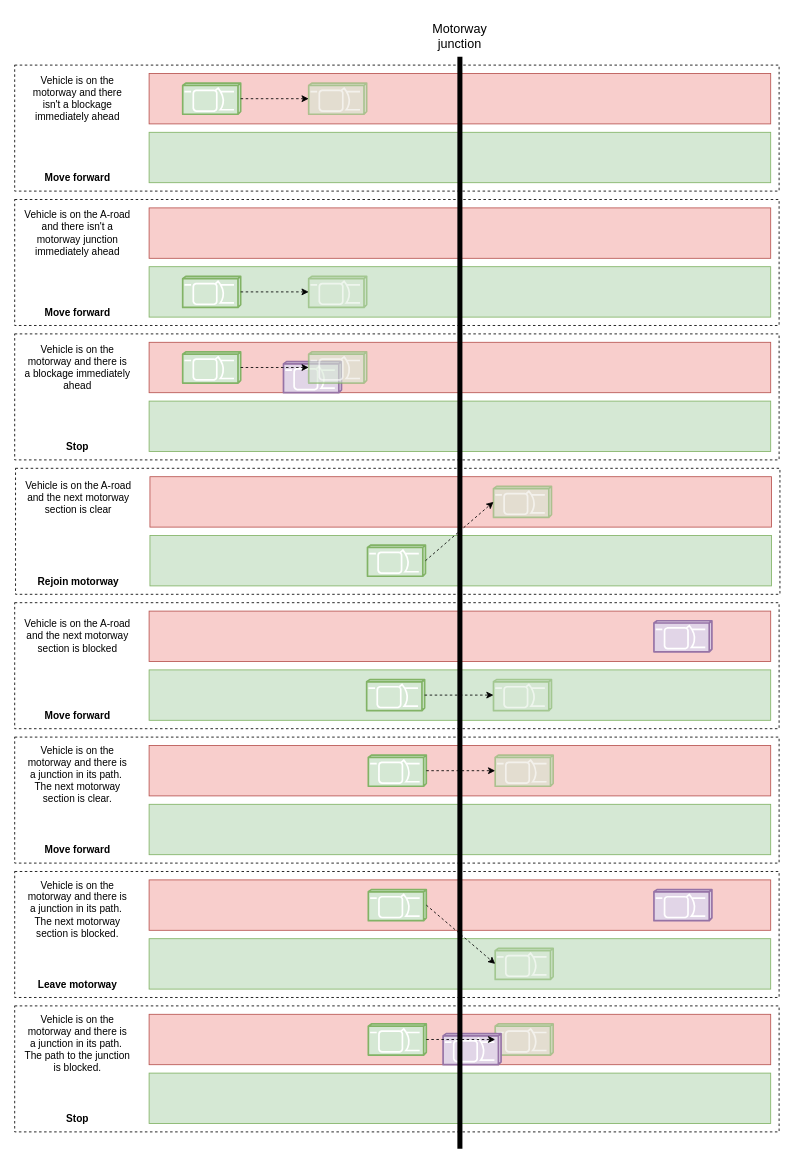
This is C/motorway-queue/images/decisions.drawio from cdclaxton/learning, a draw.io file, before an edit. Source tidied: cells renumbered, new cells numbered last; positions are measured from the earlier drawing's top-left corner, leaving out a move shared by most shapes. Both pictures are drawn from the tidied source at 84%, with x=0, y=0 at pixel (14, 23).
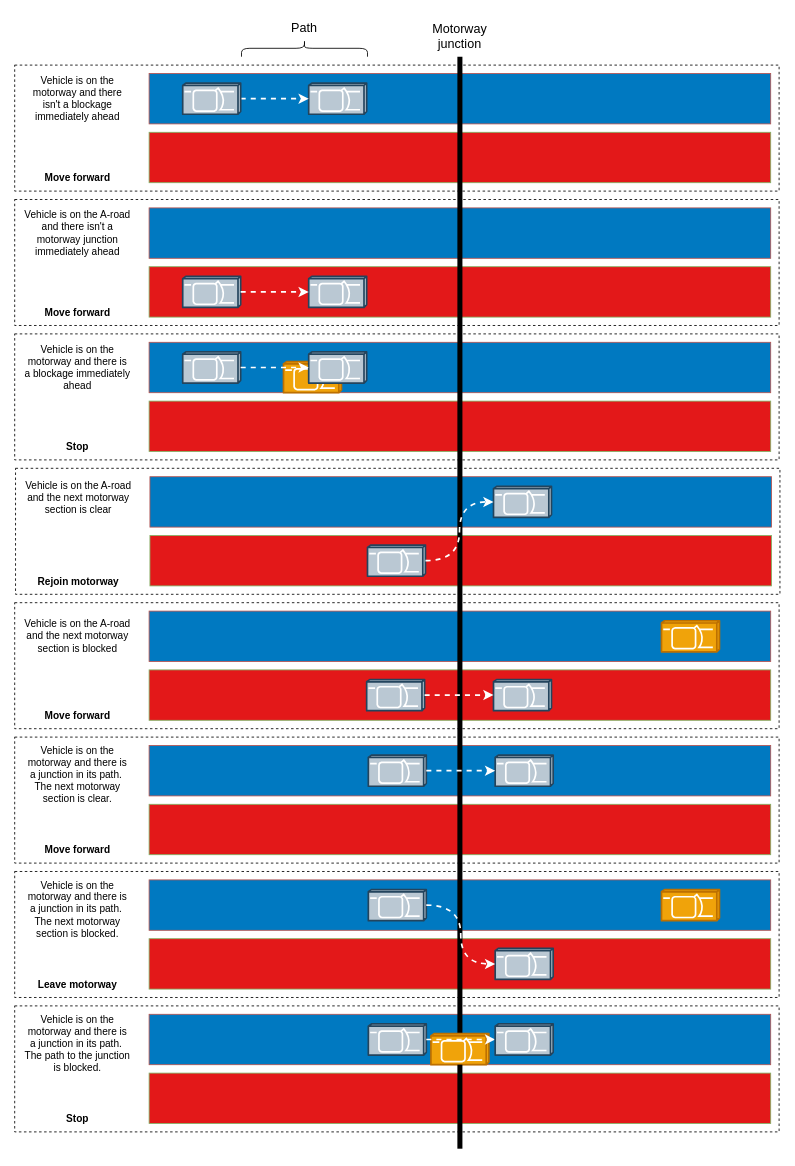
The same diagram, later.

Diff of the diagram source:
```diff
@@
+    <mxCell id="25" style="rounded=0;whiteSpace=wrap;html=1;fillColor=none;dashed=1;" parent="1" vertex="1">
+      <mxGeometry y="370" width="910" height="150" as="geometry" />
+    </mxCell>
+    <mxCell id="22" style="rounded=0;whiteSpace=wrap;html=1;fillColor=none;dashed=1;" parent="1" vertex="1">
+      <mxGeometry y="210" width="910" height="150" as="geometry" />
+    </mxCell>
+    <mxCell id="19" style="rounded=0;whiteSpace=wrap;html=1;fillColor=none;dashed=1;" parent="1" vertex="1">
+      <mxGeometry y="50" width="910" height="150" as="geometry" />
+    </mxCell>
-    <mxCell id="2" style="rounded=0;whiteSpace=wrap;html=1;fillColor=#f8cecc;strokeColor=#b85450;" parent="1" vertex="1">
+    <mxCell id="2" style="rounded=0;whiteSpace=wrap;html=1;fillColor=#0079c1;strokeColor=#b85450;" parent="1" vertex="1">
       <mxGeometry x="160" y="60" width="740" height="60" as="geometry" />
     </mxCell>
-    <mxCell id="3" style="shape=mxgraph.cisco.misc.car;html=1;dashed=0;fillColor=#d5e8d4;strokeColor=#82b366;strokeWidth=2;verticalLabelPosition=bottom;verticalAlign=top;align=center;outlineConnect=0;" parent="1" vertex="1">
-      <mxGeometry x="200" y="71.5" width="69" height="37" as="geometry" />
-    </mxCell>
-    <mxCell id="4" style="rounded=0;whiteSpace=wrap;html=1;fillColor=#d5e8d4;strokeColor=#82b366;" parent="1" vertex="1">
+    <mxCell id="4" style="rounded=0;whiteSpace=wrap;html=1;fillColor=#e31819;strokeColor=#82b366;" parent="1" vertex="1">
       <mxGeometry x="160" y="130" width="740" height="60" as="geometry" />
     </mxCell>
@@
-    <mxCell id="6" style="shape=mxgraph.cisco.misc.car;html=1;dashed=0;fillColor=#d5e8d4;strokeColor=#82b366;strokeWidth=2;verticalLabelPosition=bottom;verticalAlign=top;align=center;outlineConnect=0;opacity=60;" parent="1" vertex="1">
+    <mxCell id="6" style="shape=mxgraph.cisco.misc.car;html=1;dashed=0;fillColor=#bac8d3;strokeColor=#23445d;strokeWidth=2;verticalLabelPosition=bottom;verticalAlign=top;align=center;outlineConnect=0;" parent="1" vertex="1">
       <mxGeometry x="350" y="71.5" width="69" height="37" as="geometry" />
     </mxCell>
-    <mxCell id="7" style="edgeStyle=orthogonalEdgeStyle;rounded=0;jettySize=auto;html=1;exitX=1;exitY=0.5;exitDx=0;exitDy=0;exitPerimeter=0;entryX=0;entryY=0.5;entryDx=0;entryDy=0;entryPerimeter=0;dashed=1;" parent="1" edge="1" source="3" target="6">
+    <mxCell id="7" style="edgeStyle=orthogonalEdgeStyle;rounded=0;jettySize=auto;html=1;exitX=1;exitY=0.5;exitDx=0;exitDy=0;exitPerimeter=0;entryX=0;entryY=0.5;entryDx=0;entryDy=0;entryPerimeter=0;dashed=1;strokeColor=#FFFFFF;strokeWidth=2;" parent="1" edge="1" source="3" target="6">
       <mxGeometry relative="1" as="geometry" />
     </mxCell>
-    <mxCell id="8" style="rounded=0;whiteSpace=wrap;html=1;fillColor=#f8cecc;strokeColor=#b85450;" parent="1" vertex="1">
+    <mxCell id="8" style="rounded=0;whiteSpace=wrap;html=1;fillColor=#0079c1;strokeColor=#b85450;" parent="1" vertex="1">
       <mxGeometry x="160" y="220" width="740" height="60" as="geometry" />
     </mxCell>
-    <mxCell id="9" style="rounded=0;whiteSpace=wrap;html=1;fillColor=#d5e8d4;strokeColor=#82b366;" parent="1" vertex="1">
+    <mxCell id="9" style="rounded=0;whiteSpace=wrap;html=1;fillColor=#e31819;strokeColor=#82b366;" parent="1" vertex="1">
       <mxGeometry x="160" y="290" width="740" height="60" as="geometry" />
     </mxCell>
-    <mxCell id="10" style="shape=mxgraph.cisco.misc.car;html=1;dashed=0;fillColor=#d5e8d4;strokeColor=#82b366;strokeWidth=2;verticalLabelPosition=bottom;verticalAlign=top;align=center;outlineConnect=0;" parent="1" vertex="1">
+    <mxCell id="10" style="shape=mxgraph.cisco.misc.car;html=1;dashed=0;fillColor=#bac8d3;strokeColor=#23445d;strokeWidth=2;verticalLabelPosition=bottom;verticalAlign=top;align=center;outlineConnect=0;" parent="1" vertex="1">
       <mxGeometry x="200" y="301.5" width="69" height="37" as="geometry" />
     </mxCell>
-    <mxCell id="11" style="shape=mxgraph.cisco.misc.car;html=1;dashed=0;fillColor=#d5e8d4;strokeColor=#82b366;strokeWidth=2;verticalLabelPosition=bottom;verticalAlign=top;align=center;outlineConnect=0;opacity=60;" parent="1" vertex="1">
+    <mxCell id="11" style="shape=mxgraph.cisco.misc.car;html=1;dashed=0;fillColor=#bac8d3;strokeColor=#23445d;strokeWidth=2;verticalLabelPosition=bottom;verticalAlign=top;align=center;outlineConnect=0;" parent="1" vertex="1">
       <mxGeometry x="350" y="301.5" width="69" height="37" as="geometry" />
     </mxCell>
-    <mxCell id="12" style="edgeStyle=orthogonalEdgeStyle;rounded=0;jettySize=auto;html=1;exitX=1;exitY=0.5;exitDx=0;exitDy=0;exitPerimeter=0;entryX=0;entryY=0.5;entryDx=0;entryDy=0;entryPerimeter=0;dashed=1;" parent="1" edge="1" source="10" target="11">
+    <mxCell id="12" style="edgeStyle=orthogonalEdgeStyle;rounded=0;jettySize=auto;html=1;exitX=1;exitY=0.5;exitDx=0;exitDy=0;exitPerimeter=0;entryX=0;entryY=0.5;entryDx=0;entryDy=0;entryPerimeter=0;dashed=1;strokeColor=#FFFFFF;strokeWidth=2;" parent="1" edge="1" source="10" target="11">
       <mxGeometry relative="1" as="geometry" />
     </mxCell>
-    <mxCell id="13" style="rounded=0;whiteSpace=wrap;html=1;fillColor=#f8cecc;strokeColor=#b85450;" parent="1" vertex="1">
+    <mxCell id="13" style="rounded=0;whiteSpace=wrap;html=1;fillColor=#0079c1;strokeColor=#b85450;" parent="1" vertex="1">
       <mxGeometry x="160" y="380" width="740" height="60" as="geometry" />
     </mxCell>
-    <mxCell id="14" style="rounded=0;whiteSpace=wrap;html=1;fillColor=#d5e8d4;strokeColor=#82b366;" parent="1" vertex="1">
+    <mxCell id="14" style="rounded=0;whiteSpace=wrap;html=1;fillColor=#e31819;strokeColor=#82b366;" parent="1" vertex="1">
       <mxGeometry x="160" y="450" width="740" height="60" as="geometry" />
     </mxCell>
-    <mxCell id="15" style="shape=mxgraph.cisco.misc.car;html=1;dashed=0;fillColor=#d5e8d4;strokeColor=#82b366;strokeWidth=2;verticalLabelPosition=bottom;verticalAlign=top;align=center;outlineConnect=0;" parent="1" vertex="1">
+    <mxCell id="15" style="shape=mxgraph.cisco.misc.car;html=1;dashed=0;fillColor=#bac8d3;strokeColor=#23445d;strokeWidth=2;verticalLabelPosition=bottom;verticalAlign=top;align=center;outlineConnect=0;" parent="1" vertex="1">
       <mxGeometry x="200" y="391.5" width="69" height="37" as="geometry" />
     </mxCell>
-    <mxCell id="16" style="shape=mxgraph.cisco.misc.car;html=1;dashed=0;fillColor=#e1d5e7;strokeColor=#9673a6;strokeWidth=2;verticalLabelPosition=bottom;verticalAlign=top;align=center;" parent="1" vertex="1">
-      <mxGeometry x="320" y="403" width="69" height="37" as="geometry" />
-    </mxCell>
-    <mxCell id="17" style="shape=mxgraph.cisco.misc.car;html=1;dashed=0;fillColor=#d5e8d4;strokeColor=#82b366;strokeWidth=2;verticalLabelPosition=bottom;verticalAlign=top;align=center;outlineConnect=0;opacity=60;" parent="1" vertex="1">
-      <mxGeometry x="350" y="391.5" width="69" height="37" as="geometry" />
-    </mxCell>
-    <mxCell id="18" style="edgeStyle=orthogonalEdgeStyle;rounded=0;jettySize=auto;html=1;exitX=1;exitY=0.5;exitDx=0;exitDy=0;exitPerimeter=0;entryX=0;entryY=0.5;entryDx=0;entryDy=0;entryPerimeter=0;dashed=1;" parent="1" edge="1" source="15" target="17">
-      <mxGeometry relative="1" as="geometry" />
-    </mxCell>
-    <mxCell id="19" style="rounded=0;whiteSpace=wrap;html=1;fillColor=none;dashed=1;" parent="1" vertex="1">
-      <mxGeometry y="50" width="910" height="150" as="geometry" />
-    </mxCell>
@@
-    <mxCell id="22" style="rounded=0;whiteSpace=wrap;html=1;fillColor=none;dashed=1;" parent="1" vertex="1">
-      <mxGeometry y="210" width="910" height="150" as="geometry" />
-    </mxCell>
@@
-    <mxCell id="25" style="rounded=0;whiteSpace=wrap;html=1;fillColor=none;dashed=1;" parent="1" vertex="1">
-      <mxGeometry y="370" width="910" height="150" as="geometry" />
-    </mxCell>
@@
-    <mxCell id="29" style="rounded=0;whiteSpace=wrap;html=1;fillColor=#f8cecc;strokeColor=#b85450;" parent="1" vertex="1">
+    <mxCell id="29" style="rounded=0;whiteSpace=wrap;html=1;fillColor=#0079c1;strokeColor=#b85450;" parent="1" vertex="1">
       <mxGeometry x="161" y="540" width="740" height="60" as="geometry" />
     </mxCell>
-    <mxCell id="30" style="rounded=0;whiteSpace=wrap;html=1;fillColor=#d5e8d4;strokeColor=#82b366;" parent="1" vertex="1">
+    <mxCell id="30" style="rounded=0;whiteSpace=wrap;html=1;fillColor=#e31819;strokeColor=#82b366;" parent="1" vertex="1">
       <mxGeometry x="161" y="610" width="740" height="60" as="geometry" />
     </mxCell>
-    <mxCell id="31" style="shape=mxgraph.cisco.misc.car;html=1;dashed=0;fillColor=#d5e8d4;strokeColor=#82b366;strokeWidth=2;verticalLabelPosition=bottom;verticalAlign=top;align=center;outlineConnect=0;" parent="1" vertex="1">
+    <mxCell id="31" style="shape=mxgraph.cisco.misc.car;html=1;dashed=0;fillColor=#bac8d3;strokeColor=#23445d;strokeWidth=2;verticalLabelPosition=bottom;verticalAlign=top;align=center;outlineConnect=0;" parent="1" vertex="1">
       <mxGeometry x="420" y="621.5" width="69" height="37" as="geometry" />
     </mxCell>
-    <mxCell id="32" style="shape=mxgraph.cisco.misc.car;html=1;dashed=0;fillColor=#d5e8d4;strokeColor=#82b366;strokeWidth=2;verticalLabelPosition=bottom;verticalAlign=top;align=center;outlineConnect=0;opacity=60;" parent="1" vertex="1">
+    <mxCell id="32" style="shape=mxgraph.cisco.misc.car;html=1;dashed=0;fillColor=#bac8d3;strokeColor=#23445d;strokeWidth=2;verticalLabelPosition=bottom;verticalAlign=top;align=center;outlineConnect=0;" parent="1" vertex="1">
       <mxGeometry x="570" y="551.5" width="69" height="37" as="geometry" />
     </mxCell>
-    <mxCell id="33" style="rounded=0;jettySize=auto;html=1;exitX=1;exitY=0.5;exitDx=0;exitDy=0;exitPerimeter=0;entryX=0;entryY=0.5;entryDx=0;entryDy=0;entryPerimeter=0;dashed=1;" parent="1" edge="1" source="31" target="32">
-      <mxGeometry relative="1" as="geometry" />
-    </mxCell>
@@
-    <mxCell id="37" style="rounded=0;whiteSpace=wrap;html=1;fillColor=#f8cecc;strokeColor=#b85450;" parent="1" vertex="1">
+    <mxCell id="37" style="rounded=0;whiteSpace=wrap;html=1;fillColor=#0079c1;strokeColor=#b85450;" parent="1" vertex="1">
       <mxGeometry x="160" y="700" width="740" height="60" as="geometry" />
     </mxCell>
-    <mxCell id="38" style="rounded=0;whiteSpace=wrap;html=1;fillColor=#d5e8d4;strokeColor=#82b366;" parent="1" vertex="1">
+    <mxCell id="38" style="rounded=0;whiteSpace=wrap;html=1;fillColor=#e31819;strokeColor=#82b366;" parent="1" vertex="1">
       <mxGeometry x="160" y="770" width="740" height="60" as="geometry" />
     </mxCell>
-    <mxCell id="39" style="shape=mxgraph.cisco.misc.car;html=1;dashed=0;fillColor=#d5e8d4;strokeColor=#82b366;strokeWidth=2;verticalLabelPosition=bottom;verticalAlign=top;align=center;outlineConnect=0;" parent="1" vertex="1">
+    <mxCell id="39" style="shape=mxgraph.cisco.misc.car;html=1;dashed=0;fillColor=#bac8d3;strokeColor=#23445d;strokeWidth=2;verticalLabelPosition=bottom;verticalAlign=top;align=center;outlineConnect=0;" parent="1" vertex="1">
       <mxGeometry x="419" y="781.5" width="69" height="37" as="geometry" />
     </mxCell>
-    <mxCell id="40" style="shape=mxgraph.cisco.misc.car;html=1;dashed=0;fillColor=#d5e8d4;strokeColor=#82b366;strokeWidth=2;verticalLabelPosition=bottom;verticalAlign=top;align=center;outlineConnect=0;opacity=60;" parent="1" vertex="1">
+    <mxCell id="40" style="shape=mxgraph.cisco.misc.car;html=1;dashed=0;fillColor=#bac8d3;strokeColor=#23445d;strokeWidth=2;verticalLabelPosition=bottom;verticalAlign=top;align=center;outlineConnect=0;" parent="1" vertex="1">
       <mxGeometry x="570" y="781.5" width="69" height="37" as="geometry" />
     </mxCell>
-    <mxCell id="41" style="rounded=0;jettySize=auto;html=1;exitX=1;exitY=0.5;exitDx=0;exitDy=0;exitPerimeter=0;entryX=0;entryY=0.5;entryDx=0;entryDy=0;entryPerimeter=0;dashed=1;" parent="1" edge="1" source="39" target="40">
-      <mxGeometry relative="1" as="geometry" />
-    </mxCell>
@@
-    <mxCell id="44" style="shape=mxgraph.cisco.misc.car;html=1;dashed=0;fillColor=#e1d5e7;strokeColor=#9673a6;strokeWidth=2;verticalLabelPosition=bottom;verticalAlign=top;align=center;" parent="1" vertex="1">
-      <mxGeometry x="761" y="711.5" width="69" height="37" as="geometry" />
-    </mxCell>
@@
-    <mxCell id="46" style="rounded=0;whiteSpace=wrap;html=1;fillColor=#f8cecc;strokeColor=#b85450;" parent="1" vertex="1">
+    <mxCell id="46" style="rounded=0;whiteSpace=wrap;html=1;fillColor=#0079c1;strokeColor=#b85450;" parent="1" vertex="1">
       <mxGeometry x="160" y="860" width="740" height="60" as="geometry" />
     </mxCell>
-    <mxCell id="47" style="rounded=0;whiteSpace=wrap;html=1;fillColor=#d5e8d4;strokeColor=#82b366;" parent="1" vertex="1">
+    <mxCell id="47" style="rounded=0;whiteSpace=wrap;html=1;fillColor=#e31819;strokeColor=#82b366;" parent="1" vertex="1">
       <mxGeometry x="160" y="930" width="740" height="60" as="geometry" />
     </mxCell>
-    <mxCell id="48" style="shape=mxgraph.cisco.misc.car;html=1;dashed=0;fillColor=#d5e8d4;strokeColor=#82b366;strokeWidth=2;verticalLabelPosition=bottom;verticalAlign=top;align=center;outlineConnect=0;" parent="1" vertex="1">
+    <mxCell id="48" style="shape=mxgraph.cisco.misc.car;html=1;dashed=0;fillColor=#bac8d3;strokeColor=#23445d;strokeWidth=2;verticalLabelPosition=bottom;verticalAlign=top;align=center;outlineConnect=0;" parent="1" vertex="1">
       <mxGeometry x="421" y="871.5" width="69" height="37" as="geometry" />
     </mxCell>
-    <mxCell id="49" style="shape=mxgraph.cisco.misc.car;html=1;dashed=0;fillColor=#d5e8d4;strokeColor=#82b366;strokeWidth=2;verticalLabelPosition=bottom;verticalAlign=top;align=center;outlineConnect=0;opacity=60;" parent="1" vertex="1">
+    <mxCell id="49" style="shape=mxgraph.cisco.misc.car;html=1;dashed=0;fillColor=#bac8d3;strokeColor=#23445d;strokeWidth=2;verticalLabelPosition=bottom;verticalAlign=top;align=center;outlineConnect=0;" parent="1" vertex="1">
       <mxGeometry x="572" y="871.5" width="69" height="37" as="geometry" />
     </mxCell>
-    <mxCell id="50" style="rounded=0;jettySize=auto;html=1;exitX=1;exitY=0.5;exitDx=0;exitDy=0;exitPerimeter=0;entryX=0;entryY=0.5;entryDx=0;entryDy=0;entryPerimeter=0;dashed=1;" parent="1" edge="1" source="48" target="49">
-      <mxGeometry relative="1" as="geometry" />
-    </mxCell>
@@
-    <mxCell id="54" style="rounded=0;whiteSpace=wrap;html=1;fillColor=#f8cecc;strokeColor=#b85450;" parent="1" vertex="1">
+    <mxCell id="54" style="rounded=0;whiteSpace=wrap;html=1;fillColor=#0079c1;strokeColor=#b85450;" parent="1" vertex="1">
       <mxGeometry x="160" y="1020" width="740" height="60" as="geometry" />
     </mxCell>
-    <mxCell id="55" style="rounded=0;whiteSpace=wrap;html=1;fillColor=#d5e8d4;strokeColor=#82b366;" parent="1" vertex="1">
+    <mxCell id="55" style="rounded=0;whiteSpace=wrap;html=1;fillColor=#e31819;strokeColor=#82b366;" parent="1" vertex="1">
       <mxGeometry x="160" y="1090" width="740" height="60" as="geometry" />
     </mxCell>
-    <mxCell id="56" style="shape=mxgraph.cisco.misc.car;html=1;dashed=0;fillColor=#d5e8d4;strokeColor=#82b366;strokeWidth=2;verticalLabelPosition=bottom;verticalAlign=top;align=center;outlineConnect=0;" parent="1" vertex="1">
+    <mxCell id="56" style="shape=mxgraph.cisco.misc.car;html=1;dashed=0;fillColor=#bac8d3;strokeColor=#23445d;strokeWidth=2;verticalLabelPosition=bottom;verticalAlign=top;align=center;outlineConnect=0;" parent="1" vertex="1">
       <mxGeometry x="421" y="1031.5" width="69" height="37" as="geometry" />
     </mxCell>
-    <mxCell id="57" style="shape=mxgraph.cisco.misc.car;html=1;dashed=0;fillColor=#d5e8d4;strokeColor=#82b366;strokeWidth=2;verticalLabelPosition=bottom;verticalAlign=top;align=center;outlineConnect=0;opacity=60;" parent="1" vertex="1">
+    <mxCell id="57" style="shape=mxgraph.cisco.misc.car;html=1;dashed=0;fillColor=#bac8d3;strokeColor=#23445d;strokeWidth=2;verticalLabelPosition=bottom;verticalAlign=top;align=center;outlineConnect=0;" parent="1" vertex="1">
       <mxGeometry x="572" y="1101.5" width="69" height="37" as="geometry" />
     </mxCell>
-    <mxCell id="58" style="rounded=0;jettySize=auto;html=1;exitX=1;exitY=0.5;exitDx=0;exitDy=0;exitPerimeter=0;entryX=0;entryY=0.5;entryDx=0;entryDy=0;entryPerimeter=0;dashed=1;" parent="1" edge="1" source="56" target="57">
-      <mxGeometry relative="1" as="geometry" />
-    </mxCell>
@@
-    <mxCell id="61" style="shape=mxgraph.cisco.misc.car;html=1;dashed=0;fillColor=#e1d5e7;strokeColor=#9673a6;strokeWidth=2;verticalLabelPosition=bottom;verticalAlign=top;align=center;" parent="1" vertex="1">
-      <mxGeometry x="761" y="1031.5" width="69" height="37" as="geometry" />
-    </mxCell>
@@
-    <mxCell id="63" style="rounded=0;whiteSpace=wrap;html=1;fillColor=#f8cecc;strokeColor=#b85450;" parent="1" vertex="1">
+    <mxCell id="63" style="rounded=0;whiteSpace=wrap;html=1;fillColor=#0079c1;strokeColor=#b85450;" parent="1" vertex="1">
       <mxGeometry x="160" y="1180" width="740" height="60" as="geometry" />
     </mxCell>
-    <mxCell id="64" style="rounded=0;whiteSpace=wrap;html=1;fillColor=#d5e8d4;strokeColor=#82b366;" parent="1" vertex="1">
+    <mxCell id="64" style="rounded=0;whiteSpace=wrap;html=1;fillColor=#e31819;strokeColor=#82b366;" parent="1" vertex="1">
       <mxGeometry x="160" y="1250" width="740" height="60" as="geometry" />
     </mxCell>
-    <mxCell id="65" style="shape=mxgraph.cisco.misc.car;html=1;dashed=0;fillColor=#d5e8d4;strokeColor=#82b366;strokeWidth=2;verticalLabelPosition=bottom;verticalAlign=top;align=center;outlineConnect=0;" parent="1" vertex="1">
+    <mxCell id="65" style="shape=mxgraph.cisco.misc.car;html=1;dashed=0;fillColor=#bac8d3;strokeColor=#23445d;strokeWidth=2;verticalLabelPosition=bottom;verticalAlign=top;align=center;outlineConnect=0;" parent="1" vertex="1">
       <mxGeometry x="421" y="1191.5" width="69" height="37" as="geometry" />
     </mxCell>
-    <mxCell id="66" style="shape=mxgraph.cisco.misc.car;html=1;dashed=0;fillColor=#d5e8d4;strokeColor=#82b366;strokeWidth=2;verticalLabelPosition=bottom;verticalAlign=top;align=center;outlineConnect=0;opacity=60;" parent="1" vertex="1">
-      <mxGeometry x="572" y="1191.5" width="69" height="37" as="geometry" />
-    </mxCell>
@@
-    <mxCell id="69" style="shape=mxgraph.cisco.misc.car;html=1;dashed=0;fillColor=#e1d5e7;strokeColor=#9673a6;strokeWidth=2;verticalLabelPosition=bottom;verticalAlign=top;align=center;" parent="1" vertex="1">
-      <mxGeometry x="510" y="1203" width="69" height="37" as="geometry" />
-    </mxCell>
-    <mxCell id="70" style="endArrow=none;html=1;rounded=0;strokeWidth=6;" parent="1" edge="1">
+    <mxCell id="70" style="endArrow=none;html=1;rounded=0;strokeWidth=6;" parent="1" edge="1" source="76">
       <mxGeometry relative="1" as="geometry">
-        <mxPoint x="530" y="1340" as="sourcePoint" />
         <mxPoint x="530" y="40" as="targetPoint" />
       </mxGeometry>
     </mxCell>
+    <mxCell id="3" style="shape=mxgraph.cisco.misc.car;html=1;dashed=0;strokeWidth=2;verticalLabelPosition=bottom;verticalAlign=top;align=center;outlineConnect=0;fillColor=#bac8d3;strokeColor=#23445d;" parent="1" vertex="1">
+      <mxGeometry x="200" y="71.5" width="69" height="37" as="geometry" />
+    </mxCell>
+    <mxCell id="72" style="shape=mxgraph.cisco.misc.car;html=1;dashed=0;fillColor=#f0a30a;strokeColor=#BD7000;strokeWidth=2;verticalLabelPosition=bottom;verticalAlign=top;align=center;fontColor=#000000;" parent="1" vertex="1">
+      <mxGeometry x="770" y="711.5" width="69" height="37" as="geometry" />
+    </mxCell>
+    <mxCell id="73" style="shape=mxgraph.cisco.misc.car;html=1;dashed=0;fillColor=#f0a30a;strokeColor=#BD7000;strokeWidth=2;verticalLabelPosition=bottom;verticalAlign=top;align=center;fontColor=#000000;" parent="1" vertex="1">
+      <mxGeometry x="770" y="1031.5" width="69" height="37" as="geometry" />
+    </mxCell>
+    <mxCell id="16" style="shape=mxgraph.cisco.misc.car;html=1;dashed=0;fillColor=#f0a30a;strokeColor=#BD7000;strokeWidth=2;verticalLabelPosition=bottom;verticalAlign=top;align=center;fontColor=#000000;" parent="1" vertex="1">
+      <mxGeometry x="320" y="403" width="69" height="37" as="geometry" />
+    </mxCell>
+    <mxCell id="74" style="shape=curlyBracket;whiteSpace=wrap;html=1;rounded=1;flipH=1;labelPosition=right;verticalLabelPosition=middle;align=left;verticalAlign=middle;rotation=-90;" parent="1" vertex="1">
+      <mxGeometry x="335" y="-45" width="20" height="150" as="geometry" />
+    </mxCell>
+    <mxCell id="75" value="&lt;font style=&quot;font-size: 15px;&quot;&gt;Path&lt;/font&gt;" style="text;html=1;strokeColor=none;fillColor=none;align=center;verticalAlign=middle;whiteSpace=wrap;rounded=0;" parent="1" vertex="1">
+      <mxGeometry x="315" y="-10" width="60" height="30" as="geometry" />
+    </mxCell>
+    <mxCell id="33" style="rounded=0;jettySize=auto;html=1;exitX=1;exitY=0.5;exitDx=0;exitDy=0;exitPerimeter=0;entryX=0;entryY=0.5;entryDx=0;entryDy=0;entryPerimeter=0;dashed=1;strokeColor=#FFFFFF;strokeWidth=2;edgeStyle=orthogonalEdgeStyle;curved=1;" parent="1" edge="1" source="31" target="32">
+      <mxGeometry relative="1" as="geometry" />
+    </mxCell>
+    <mxCell id="17" style="shape=mxgraph.cisco.misc.car;html=1;dashed=0;fillColor=#bac8d3;strokeColor=#23445d;strokeWidth=2;verticalLabelPosition=bottom;verticalAlign=top;align=center;outlineConnect=0;" parent="1" vertex="1">
+      <mxGeometry x="350" y="391.5" width="69" height="37" as="geometry" />
+    </mxCell>
+    <mxCell id="18" style="edgeStyle=orthogonalEdgeStyle;rounded=0;jettySize=auto;html=1;exitX=1;exitY=0.5;exitDx=0;exitDy=0;exitPerimeter=0;entryX=0;entryY=0.5;entryDx=0;entryDy=0;entryPerimeter=0;dashed=1;strokeColor=#FFFFFF;strokeWidth=2;" parent="1" edge="1" source="15" target="17">
+      <mxGeometry relative="1" as="geometry" />
+    </mxCell>
+    <mxCell id="41" style="rounded=0;jettySize=auto;html=1;exitX=1;exitY=0.5;exitDx=0;exitDy=0;exitPerimeter=0;entryX=0;entryY=0.5;entryDx=0;entryDy=0;entryPerimeter=0;dashed=1;strokeWidth=2;strokeColor=#FFFFFF;" parent="1" edge="1" source="39" target="40">
+      <mxGeometry relative="1" as="geometry" />
+    </mxCell>
+    <mxCell id="50" style="rounded=0;jettySize=auto;html=1;exitX=1;exitY=0.5;exitDx=0;exitDy=0;exitPerimeter=0;entryX=0;entryY=0.5;entryDx=0;entryDy=0;entryPerimeter=0;dashed=1;strokeWidth=2;strokeColor=#FFFFFF;" parent="1" edge="1" source="48" target="49">
+      <mxGeometry relative="1" as="geometry" />
+    </mxCell>
+    <mxCell id="58" style="rounded=0;jettySize=auto;html=1;exitX=1;exitY=0.5;exitDx=0;exitDy=0;exitPerimeter=0;entryX=0;entryY=0.5;entryDx=0;entryDy=0;entryPerimeter=0;dashed=1;strokeWidth=2;strokeColor=#FFFFFF;edgeStyle=orthogonalEdgeStyle;curved=1;" parent="1" edge="1" source="56" target="57">
+      <mxGeometry relative="1" as="geometry" />
+    </mxCell>
+    <mxCell id="76" style="shape=mxgraph.cisco.misc.car;html=1;dashed=0;fillColor=#f0a30a;strokeColor=#BD7000;strokeWidth=2;verticalLabelPosition=bottom;verticalAlign=top;align=center;outlineConnect=0;fontColor=#000000;" parent="1" vertex="1">
+      <mxGeometry x="495.5" y="1203" width="69" height="37" as="geometry" />
+    </mxCell>
-    <mxCell id="71" style="rounded=0;jettySize=auto;html=1;exitX=1;exitY=0.5;exitDx=0;exitDy=0;exitPerimeter=0;entryX=0;entryY=0.5;entryDx=0;entryDy=0;entryPerimeter=0;dashed=1;" parent="1" edge="1" source="65" target="66">
+    <mxCell id="71" style="rounded=0;jettySize=auto;html=1;exitX=1;exitY=0.5;exitDx=0;exitDy=0;exitPerimeter=0;entryX=0;entryY=0.5;entryDx=0;entryDy=0;entryPerimeter=0;dashed=1;strokeWidth=2;strokeColor=#FFFFFF;" parent="1" edge="1" source="65" target="66">
       <mxGeometry relative="1" as="geometry" />
     </mxCell>
+    <mxCell id="66" style="shape=mxgraph.cisco.misc.car;html=1;dashed=0;fillColor=#bac8d3;strokeColor=#23445d;strokeWidth=2;verticalLabelPosition=bottom;verticalAlign=top;align=center;outlineConnect=0;" parent="1" vertex="1">
+      <mxGeometry x="572" y="1191.5" width="69" height="37" as="geometry" />
+    </mxCell>
+    <mxCell id="77" style="endArrow=none;html=1;rounded=0;strokeWidth=6;" parent="1" edge="1" target="76">
+      <mxGeometry relative="1" as="geometry">
+        <mxPoint x="530" y="1340" as="sourcePoint" />
+      </mxGeometry>
+    </mxCell>
```
